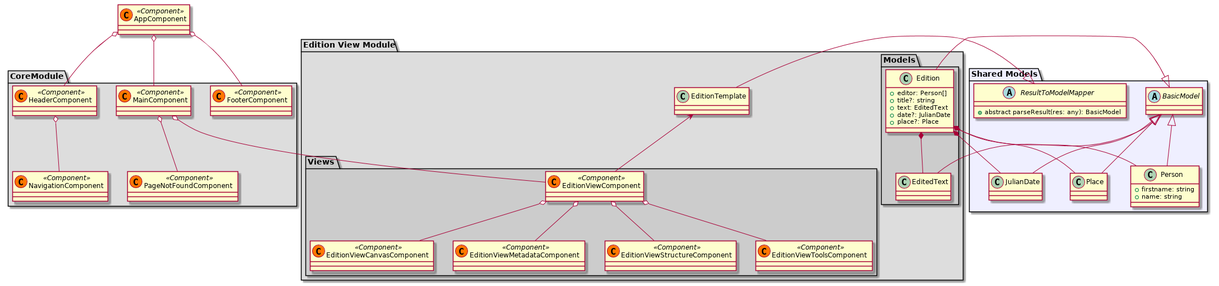
Above: docs/module.png in nie-ine/inseri (PlantUML), before the change.
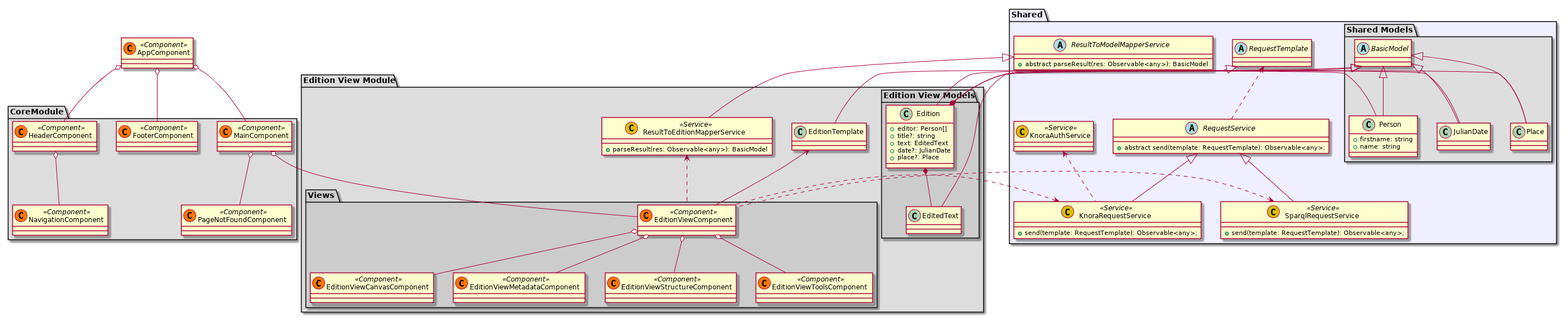
After the commit.

The edit, as a diff of the source:
```diff
@@ -1,29 +1,48 @@
 @startuml
 
-package "Shared Models" #EFEFFF {
-  abstract class BasicModel
-	class Person {
-		+firstname: string
-		+name: string
-	}
-	class JulianDate
-	class Place
+package "Shared" #EFEFFF {
+	package "Shared Models" #DEDEDE {
 
-	abstract class ResultToModelMapper {
-		+ abstract parseResult(res: any): BasicModel
+		abstract class BasicModel
+		class Person {
+			+firstname: string
+			+name: string
+		}
+		class JulianDate
+		class Place
+
+		BasicModel <|-- Person
+		BasicModel <|-- JulianDate
+		BasicModel <|-- Place
 	}
 
-	BasicModel <|-- Person
-	BasicModel <|-- JulianDate
-	BasicModel <|-- Place
+	abstract class ResultToModelMapperService {
+		+ abstract parseResult(res: Observable<any>): BasicModel
+	}
+	abstract class RequestTemplate
+	abstract class RequestService {
+		+ abstract send(template: RequestTemplate): Observable<any>;
+	}
+	class KnoraRequestService << (C,#DEBD08) Service >> {
+		+ send(template: RequestTemplate): Observable<any>;
+	}
+	class SparqlRequestService << (C,#DEBD08) Service >> {
+		+ send(template: RequestTemplate): Observable<any>;
+	}
+	class KnoraAuthService << (C,#DEBD08) Service >>
+
+	RequestService <|-- KnoraRequestService
+	RequestService <|-- SparqlRequestService
+	RequestTemplate <.. RequestService
+	KnoraAuthService <.. KnoraRequestService
+
 }
 
 package "Edition View Module" #DDDDDD {
 
 	package "Views" #CCCCCC {
 
-		class EditionViewComponent << (C,#FF7700) Component >> {
-		}
+		class EditionViewComponent << (C,#FF7700) Component >>
 
 		class EditionViewCanvasComponent  << (C,#FF7700) Component >>
 
@@ -33,6 +52,7 @@
 
 		class EditionViewToolsComponent << (C,#FF7700) Component >>
 
+
 		EditionViewComponent o-- EditionViewCanvasComponent
 		EditionViewComponent o-- EditionViewMetadataComponent
 		EditionViewComponent o-- EditionViewStructureComponent
@@ -40,7 +60,7 @@
 
 	}
 
-	package "Models" #CCCCCC {
+	package "Edition View Models" #CCCCCC {
 
 		class Edition {
 			+ editor: Person[]
@@ -50,15 +70,18 @@
 			+ place?: Place
 		}
 
-		class EditedText {
-
-		}
+		class EditedText
 
 		Edition *-- EditedText
 	}
 
 	class EditionTemplate
+	class ResultToEditionMapperService << (C,#DEBD08) Service >> {
+		+ parseResult(res: Observable<any>): BasicModel
+	}
+
 	EditionTemplate <-- EditionViewComponent
+	ResultToEditionMapperService <.. EditionViewComponent
 
 }
 
@@ -86,6 +109,10 @@
 Edition *-- JulianDate
 Edition *-- Person
 Edition *-- Place
-ResultToModelMapper <|-- EditionTemplate
+ResultToModelMapperService <|-- ResultToEditionMapperService
+RequestTemplate <|-- EditionTemplate
+KnoraRequestService <.. EditionViewComponent
+SparqlRequestService <.. EditionViewComponent
+
 
 @enduml
```
